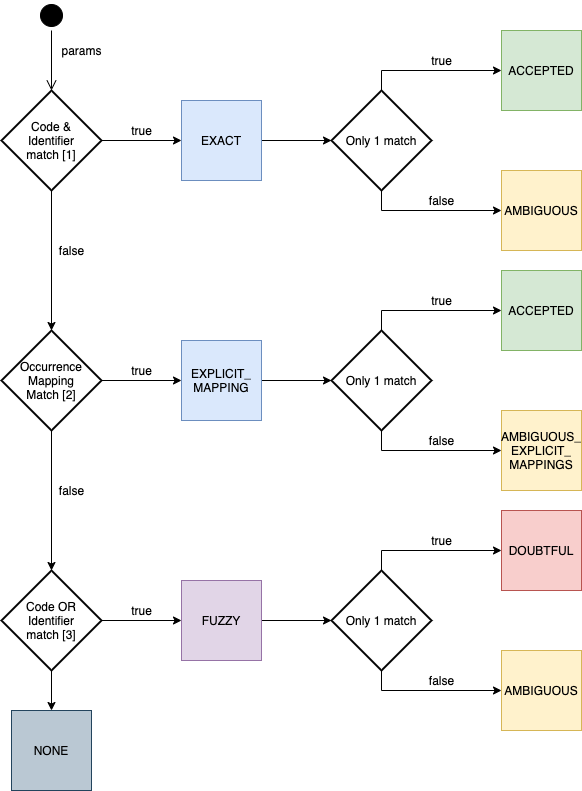
Before: registry-service/docs/grscicoll_lookup.png, a diagram exported from draw.io (gbif/registry). Source tidied: cells renumbered, new cells last; positions are measured from the earlier drawing's top-left corner, leaving out a move shared by most shapes.
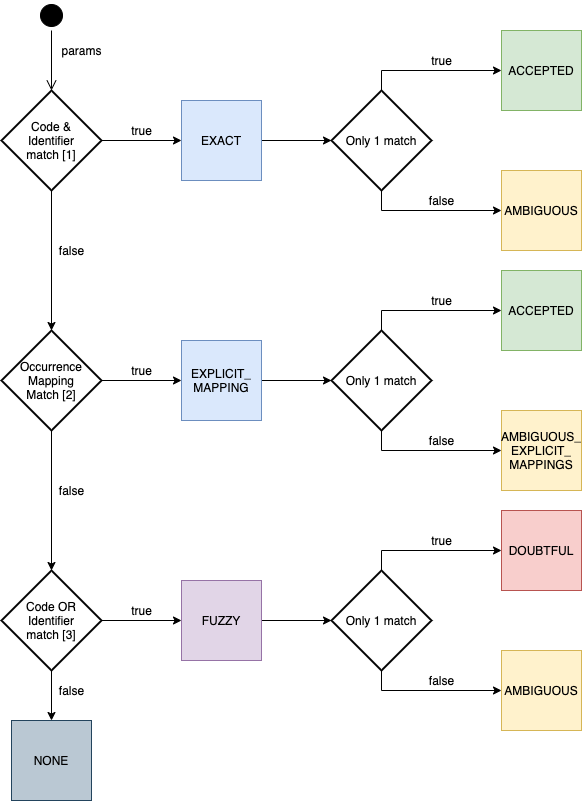
Above is the later version.

Commit message:
#265 added documentation for the GRSciColl lookup

Diff of the diagram source:
```diff
@@ -137,7 +137,10 @@
       <mxGeometry x="50" y="40" width="60" height="20" as="geometry" />
     </mxCell>
     <mxCell id="46" value="NONE" style="whiteSpace=wrap;html=1;fillColor=#bac8d3;strokeColor=#23445d;" parent="1" vertex="1">
-      <mxGeometry x="10" y="710" width="80" height="80" as="geometry" />
+      <mxGeometry x="10" y="720" width="80" height="80" as="geometry" />
     </mxCell>
+    <mxCell id="47" value="false" style="text;html=1;align=center;verticalAlign=middle;" parent="1" vertex="1">
+      <mxGeometry x="50" y="680" width="40" height="20" as="geometry" />
+    </mxCell>
   </root>
 </mxGraphModel>
```
